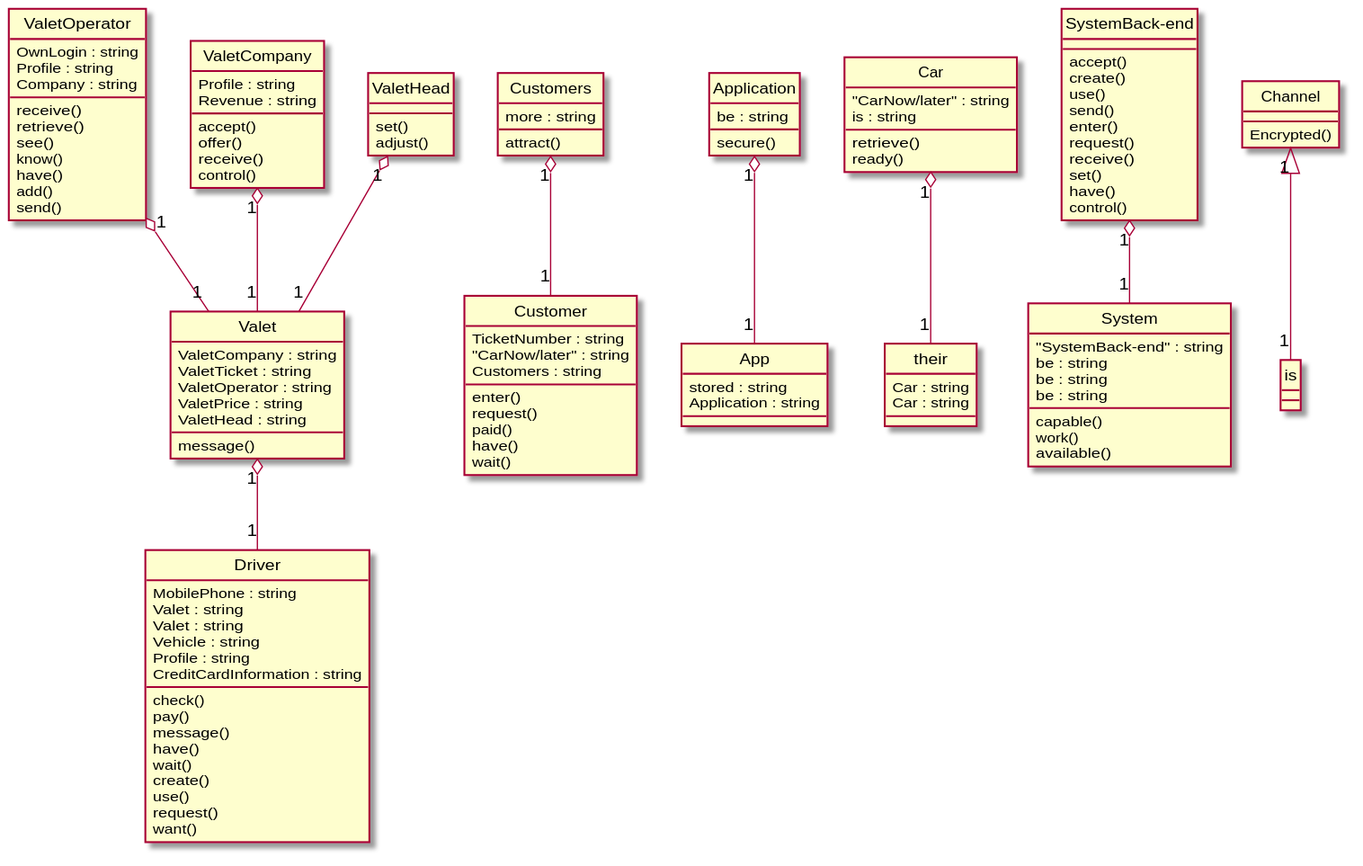
xixixhalu/DomainModelExtractor keeps this PlantUML diagram as Diagrams/2014-USC-Project03.svg. Above is the earlier version. Source of this version:
```plantuml
@startuml
hide circle
class Driver {
	MobilePhone : string
	Valet : string
	Valet : string
	Vehicle : string
	Profile : string
	CreditCardInformation : string
	check()
	pay()
	message()
	have()
	wait()
	create()
	use()
	request()
	want()
}
class Customers {
	more : string
	attract()
}
class App {
	stored : string
	Application : string
}
class Customer {
	TicketNumber : string
	"CarNow/later" : string
	Customers : string
	enter()
	request()
	paid()
	have()
	wait()
}
class their {
	Car : string
	Car : string
}
class ValetOperator {
	OwnLogin : string
	Profile : string
	Company : string
	receive()
	retrieve()
	see()
	know()
	have()
	add()
	send()
}
class ValetCompany {
	Profile : string
	Revenue : string
	accept()
	offer()
	receive()
	control()
}
class Valet {
	ValetCompany : string
	ValetTicket : string
	ValetOperator : string
	ValetPrice : string
	ValetHead : string
	message()
}
class System {
	"SystemBack-end" : string
	be : string
	be : string
	be : string
	capable()
	work()
	available()
}
class Car {
	"CarNow/later" : string
	is : string
	retrieve()
	ready()
}
class Application {
	be : string
	secure()
}
class ValetHead {
	set()
	adjust()
}
class Channel {
	Encrypted()
}
class SystemBack-end {
	accept()
	create()
	use()
	send()
	enter()
	request()
	receive()
	set()
	have()
	control()
}
Car "1" o-- "1" their
ValetOperator "1" o-- "1" Valet
Channel "1" <|-- "1" is
ValetCompany "1" o-- "1" Valet
Valet "1" o-- "1" Driver
ValetHead "1" o-- "1" Valet
Application "1" o-- "1" App
"SystemBack-end" "1" o-- "1" System
Customers "1" o-- "1" Customer
@enduml
```
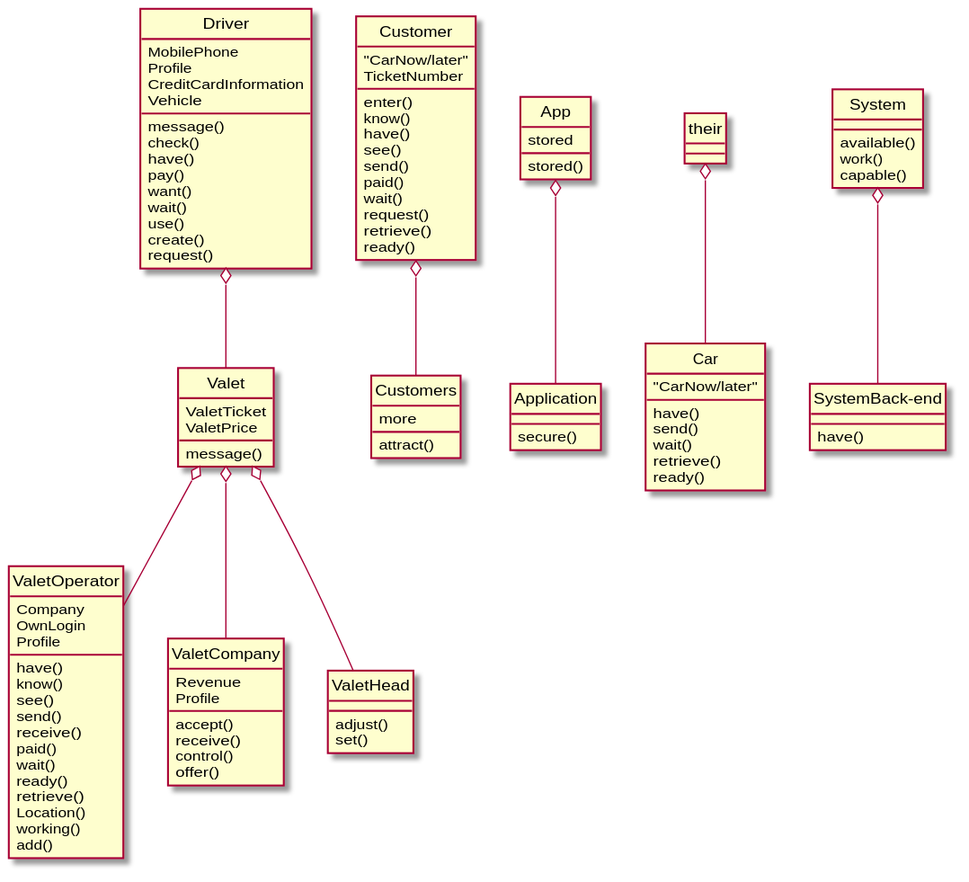
Later version of the same file.

The edit, as a diff of the source:
```diff
@@ -1,117 +1,103 @@
 @startuml
 hide circle
 class Driver {
-	MobilePhone : string
-	Valet : string
-	Valet : string
-	Vehicle : string
-	Profile : string
-	CreditCardInformation : string
+	MobilePhone
+	Profile
+	CreditCardInformation
+	Vehicle
+	message()
 	check()
+	have()
 	pay()
-	message()
-	have()
+	want()
 	wait()
+	use()
 	create()
-	use()
 	request()
-	want()
 }
 class Customers {
-	more : string
+	more
 	attract()
 }
 class App {
-	stored : string
-	Application : string
+	stored
+	stored()
 }
 class Customer {
-	TicketNumber : string
-	"CarNow/later" : string
-	Customers : string
+	"CarNow/later"
+	TicketNumber
 	enter()
-	request()
-	paid()
-	have()
-	wait()
-}
-class their {
-	Car : string
-	Car : string
-}
-class ValetOperator {
-	OwnLogin : string
-	Profile : string
-	Company : string
-	receive()
-	retrieve()
-	see()
 	know()
 	have()
-	add()
+	see()
 	send()
-}
-class ValetCompany {
-	Profile : string
-	Revenue : string
-	accept()
-	offer()
-	receive()
-	control()
-}
-class Valet {
-	ValetCompany : string
-	ValetTicket : string
-	ValetOperator : string
-	ValetPrice : string
-	ValetHead : string
-	message()
-}
-class System {
-	"SystemBack-end" : string
-	be : string
-	be : string
-	be : string
-	capable()
-	work()
-	available()
-}
-class Car {
-	"CarNow/later" : string
-	is : string
+	paid()
+	wait()
+	request()
 	retrieve()
 	ready()
 }
+class their {
+}
+class ValetOperator {
+	Company
+	OwnLogin
+	Profile
+	have()
+	know()
+	see()
+	send()
+	receive()
+	paid()
+	wait()
+	ready()
+	retrieve()
+	Location()
+	working()
+	add()
+}
+class ValetCompany {
+	Revenue
+	Profile
+	accept()
+	receive()
+	control()
+	offer()
+}
+class Car {
+	"CarNow/later"
+	have()
+	send()
+	wait()
+	retrieve()
+	ready()
+}
+class System {
+	available()
+	work()
+	capable()
+}
+class Valet {
+	ValetTicket
+	ValetPrice
+	message()
+}
+class ValetHead {
+	adjust()
+	set()
+}
+class SystemBack-end {
+	have()
+}
 class Application {
-	be : string
 	secure()
 }
-class ValetHead {
-	set()
-	adjust()
-}
-class Channel {
-	Encrypted()
-}
-class SystemBack-end {
-	accept()
-	create()
-	use()
-	send()
-	enter()
-	request()
-	receive()
-	set()
-	have()
-	control()
-}
-Car "1" o-- "1" their
-ValetOperator "1" o-- "1" Valet
-Channel "1" <|-- "1" is
-ValetCompany "1" o-- "1" Valet
-Valet "1" o-- "1" Driver
-ValetHead "1" o-- "1" Valet
-Application "1" o-- "1" App
-"SystemBack-end" "1" o-- "1" System
-Customers "1" o-- "1" Customer
+Valet o-- ValetCompany
+App o-- Application
+Valet o-- ValetHead
+Customer o-- Customers
+their o-- Car
+System o-- "SystemBack-end"
+Valet o-- ValetOperator
+Driver o-- Valet
 @enduml
```
